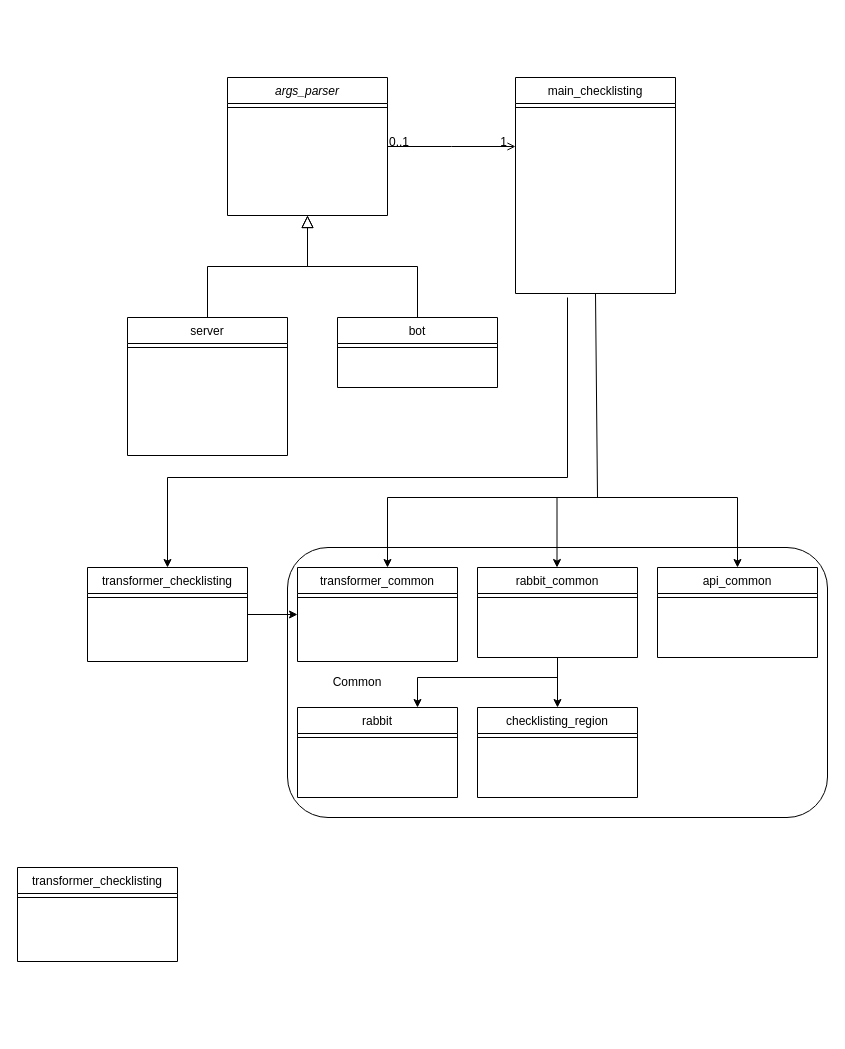
This is checklisting.drawio from KonSprin/Courses, a draw.io file, before an edit. Source tidied: cells renumbered, new cells numbered last; positions are measured from the earlier drawing's top-left corner, leaving out a move shared by most shapes. Both pictures are drawn from the tidied source at 100%, with x=0, y=0 at pixel (17, 77).
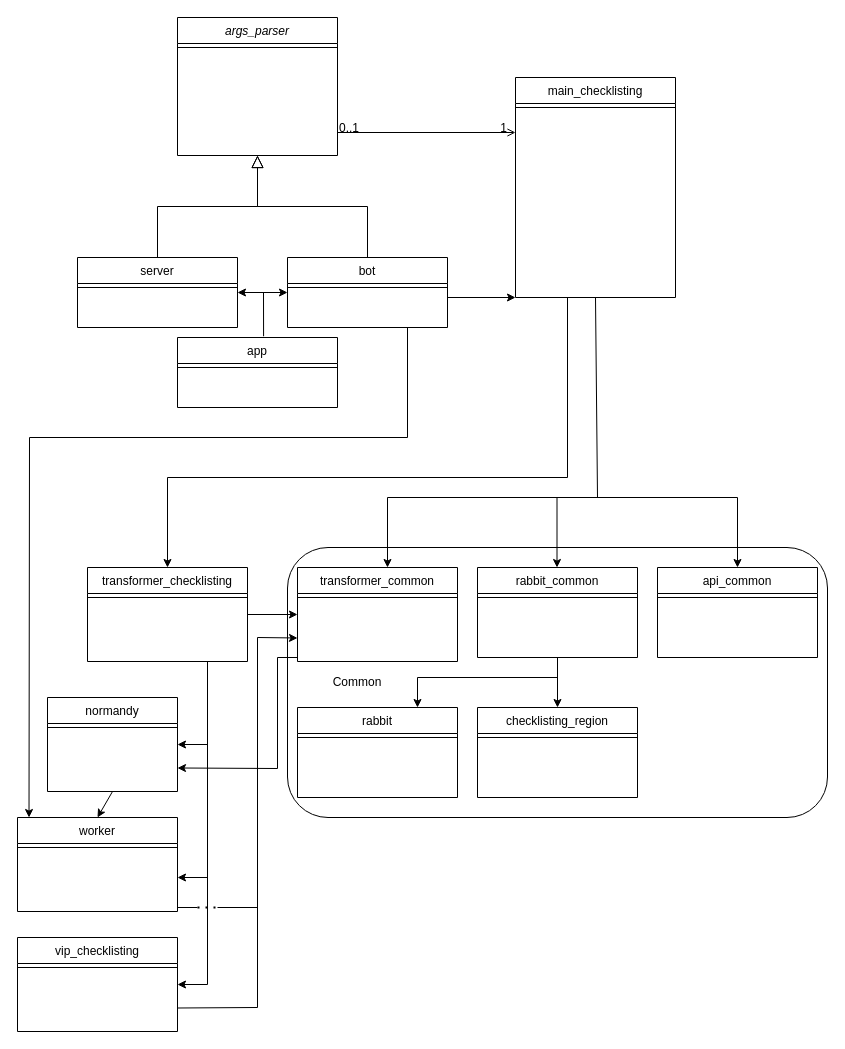
After the change.

Unchanged cells that the change refers to:
```xml
<mxCell id="20" value="transformer_common" style="swimlane;fontStyle=0;align=center;verticalAlign=top;horizontal=1;startSize=26;rounded=0;shadow=0;strokeWidth=1;" parent="1" vertex="1">
  <mxGeometry x="280" y="490" width="160" height="94" as="geometry" />
</mxCell>
<mxCell id="29" value="transformer_checklisting" style="swimlane;fontStyle=0;align=center;verticalAlign=top;horizontal=1;startSize=26;rounded=0;shadow=0;strokeWidth=1;" parent="1" vertex="1">
  <mxGeometry x="70" y="490" width="160" height="94" as="geometry" />
</mxCell>
```

Diff of the diagram source:
```diff
@@
     <mxCell id="3" value="args_parser" style="swimlane;fontStyle=2;align=center;verticalAlign=top;horizontal=1;startSize=26;rounded=0;shadow=0;strokeWidth=1;" parent="1" vertex="1">
-      <mxGeometry x="210" width="160" height="138" as="geometry" />
+      <mxGeometry x="160" y="-60" width="160" height="138" as="geometry" />
     </mxCell>
@@
     <mxCell id="5" value="server" style="swimlane;fontStyle=0;align=center;verticalAlign=top;horizontal=1;startSize=26;rounded=0;shadow=0;strokeWidth=1;" parent="1" vertex="1">
-      <mxGeometry x="110" y="240" width="160" height="138" as="geometry" />
+      <mxGeometry x="60" y="180" width="160" height="70" as="geometry" />
     </mxCell>
@@
     <mxCell id="8" value="bot" style="swimlane;fontStyle=0;align=center;verticalAlign=top;horizontal=1;startSize=26;rounded=0;shadow=0;strokeWidth=1;" parent="1" vertex="1">
-      <mxGeometry x="320" y="240" width="160" height="70" as="geometry" />
+      <mxGeometry x="270" y="180" width="160" height="70" as="geometry" />
     </mxCell>
@@
     <mxCell id="11" value="main_checklisting" style="swimlane;fontStyle=0;align=center;verticalAlign=top;horizontal=1;startSize=26;rounded=0;shadow=0;strokeWidth=1;" parent="1" vertex="1">
-      <mxGeometry x="498" width="160" height="216" as="geometry" />
+      <mxGeometry x="498" width="160" height="220" as="geometry" />
     </mxCell>
@@
-    <mxCell id="13" style="endArrow=open;shadow=0;strokeWidth=1;rounded=0;endFill=1;edgeStyle=elbowEdgeStyle;elbow=vertical;" parent="1" edge="1" source="3" target="11">
+    <mxCell id="13" style="endArrow=open;shadow=0;strokeWidth=1;rounded=0;endFill=1;edgeStyle=elbowEdgeStyle;elbow=vertical;entryX=0;entryY=0.25;entryDx=0;entryDy=0;" parent="1" edge="1" source="3" target="11">
       <mxGeometry x="0.5" y="41" relative="1" as="geometry">
         <mxPoint x="-40" y="32" as="offset" />
       </mxGeometry>
     </mxCell>
@@
-    <mxCell id="39" value="transformer_checklisting" style="swimlane;fontStyle=0;align=center;verticalAlign=top;horizontal=1;startSize=26;rounded=0;shadow=0;strokeWidth=1;" parent="1" vertex="1">
-      <mxGeometry y="790" width="160" height="94" as="geometry" />
+    <mxCell id="39" value="worker" style="swimlane;fontStyle=0;align=center;verticalAlign=top;horizontal=1;startSize=26;rounded=0;shadow=0;strokeWidth=1;" parent="1" vertex="1">
+      <mxGeometry y="740" width="160" height="94" as="geometry" />
     </mxCell>
@@
+    <mxCell id="41" value="normandy" style="swimlane;fontStyle=0;align=center;verticalAlign=top;horizontal=1;startSize=26;rounded=0;shadow=0;strokeWidth=1;" parent="1" vertex="1">
+      <mxGeometry x="30" y="620" width="130" height="94" as="geometry" />
+    </mxCell>
+    <mxCell id="42" style="line;html=1;strokeWidth=1;align=left;verticalAlign=middle;spacingTop=-1;spacingLeft=3;spacingRight=3;labelPosition=right;" parent="41" vertex="1">
+      <mxGeometry y="26" width="130" height="8" as="geometry" />
+    </mxCell>
+    <mxCell id="43" value="vip_checklisting" style="swimlane;fontStyle=0;align=center;verticalAlign=top;horizontal=1;startSize=26;rounded=0;shadow=0;strokeWidth=1;" parent="1" vertex="1">
+      <mxGeometry y="860" width="160" height="94" as="geometry" />
+    </mxCell>
+    <mxCell id="44" style="line;html=1;strokeWidth=1;align=left;verticalAlign=middle;spacingTop=-1;spacingLeft=3;spacingRight=3;labelPosition=right;" parent="43" vertex="1">
+      <mxGeometry y="26" width="160" height="8" as="geometry" />
+    </mxCell>
+    <mxCell id="45" style="endArrow=classic;html=1;rounded=0;exitX=0.75;exitY=1;exitDx=0;exitDy=0;entryX=1;entryY=0.5;entryDx=0;entryDy=0;" parent="1" edge="1" source="29" target="43">
+      <mxGeometry relative="1" as="geometry">
+        <Array as="points">
+          <mxPoint x="190" y="907" />
+        </Array>
+      </mxGeometry>
+    </mxCell>
+    <mxCell id="46" style="endArrow=classic;html=1;rounded=0;" parent="1" edge="1">
+      <mxGeometry relative="1" as="geometry">
+        <mxPoint x="190" y="800" as="sourcePoint" />
+        <mxPoint x="160" y="800" as="targetPoint" />
+      </mxGeometry>
+    </mxCell>
+    <mxCell id="47" style="endArrow=classic;html=1;rounded=0;entryX=1;entryY=0.5;entryDx=0;entryDy=0;" parent="1" edge="1" target="41">
+      <mxGeometry relative="1" as="geometry">
+        <mxPoint x="190" y="667" as="sourcePoint" />
+      </mxGeometry>
+    </mxCell>
+    <mxCell id="48" style="endArrow=classic;html=1;rounded=0;entryX=0;entryY=0.75;entryDx=0;entryDy=0;" parent="1" edge="1" target="20">
+      <mxGeometry relative="1" as="geometry">
+        <mxPoint x="240" y="930" as="sourcePoint" />
+        <Array as="points">
+          <mxPoint x="240" y="560" />
+        </Array>
+      </mxGeometry>
+    </mxCell>
+    <mxCell id="49" style="endArrow=none;html=1;rounded=0;exitX=1;exitY=0.75;exitDx=0;exitDy=0;" parent="1" edge="1" source="43">
+      <mxGeometry relative="1" as="geometry">
+        <mxPoint x="240" y="930" as="targetPoint" />
+      </mxGeometry>
+    </mxCell>
+    <mxCell id="50" style="endArrow=none;html=1;rounded=0;" parent="1" edge="1">
+      <mxGeometry relative="1" as="geometry">
+        <mxPoint x="160" y="830" as="sourcePoint" />
+        <mxPoint x="180" y="830" as="targetPoint" />
+      </mxGeometry>
+    </mxCell>
+    <mxCell id="51" style="endArrow=none;html=1;rounded=0;" parent="1" edge="1">
+      <mxGeometry relative="1" as="geometry">
+        <mxPoint x="200" y="830" as="sourcePoint" />
+        <mxPoint x="240" y="830" as="targetPoint" />
+      </mxGeometry>
+    </mxCell>
+    <mxCell id="52" style="endArrow=classic;html=1;rounded=0;exitX=0.5;exitY=1;exitDx=0;exitDy=0;entryX=0.5;entryY=0;entryDx=0;entryDy=0;" parent="1" edge="1" source="41" target="39">
+      <mxGeometry relative="1" as="geometry" />
+    </mxCell>
+    <mxCell id="53" style="endArrow=none;dashed=1;html=1;dashPattern=1 3;strokeWidth=2;rounded=0;" parent="1" edge="1">
+      <mxGeometry relative="1" as="geometry">
+        <mxPoint x="180" y="830" as="sourcePoint" />
+        <mxPoint x="200" y="830" as="targetPoint" />
+      </mxGeometry>
+    </mxCell>
+    <mxCell id="54" style="endArrow=classic;html=1;rounded=0;entryX=1;entryY=0.75;entryDx=0;entryDy=0;" parent="1" edge="1" target="41">
+      <mxGeometry relative="1" as="geometry">
+        <mxPoint x="260" y="580" as="sourcePoint" />
+        <Array as="points">
+          <mxPoint x="260" y="691" />
+        </Array>
+      </mxGeometry>
+    </mxCell>
+    <mxCell id="55" style="endArrow=none;html=1;rounded=0;" parent="1" edge="1">
+      <mxGeometry relative="1" as="geometry">
+        <mxPoint x="260" y="580" as="sourcePoint" />
+        <mxPoint x="280" y="580" as="targetPoint" />
+      </mxGeometry>
+    </mxCell>
+    <mxCell id="56" value="app" style="swimlane;fontStyle=0;align=center;verticalAlign=top;horizontal=1;startSize=26;rounded=0;shadow=0;strokeWidth=1;" parent="1" vertex="1">
+      <mxGeometry x="160" y="260" width="160" height="70" as="geometry" />
+    </mxCell>
+    <mxCell id="57" style="line;html=1;strokeWidth=1;align=left;verticalAlign=middle;spacingTop=-1;spacingLeft=3;spacingRight=3;labelPosition=right;" parent="56" vertex="1">
+      <mxGeometry y="26" width="160" height="8" as="geometry" />
+    </mxCell>
+    <mxCell id="58" style="endArrow=classic;html=1;rounded=0;exitX=0.538;exitY=-0.018;exitDx=0;exitDy=0;entryX=0;entryY=0.5;entryDx=0;entryDy=0;exitPerimeter=0;" parent="1" edge="1" source="56" target="8">
+      <mxGeometry relative="1" as="geometry">
+        <Array as="points">
+          <mxPoint x="246" y="215" />
+        </Array>
+      </mxGeometry>
+    </mxCell>
+    <mxCell id="59" style="endArrow=classic;html=1;rounded=0;entryX=1;entryY=0.5;entryDx=0;entryDy=0;" parent="1" edge="1" target="5">
+      <mxGeometry relative="1" as="geometry">
+        <mxPoint x="250" y="215" as="sourcePoint" />
+      </mxGeometry>
+    </mxCell>
+    <mxCell id="60" style="endArrow=classic;html=1;rounded=0;entryX=0;entryY=1;entryDx=0;entryDy=0;" parent="1" edge="1" target="11">
+      <mxGeometry relative="1" as="geometry">
+        <mxPoint x="430" y="220" as="sourcePoint" />
+      </mxGeometry>
+    </mxCell>
+    <mxCell id="61" style="endArrow=classic;html=1;rounded=0;exitX=0.75;exitY=1;exitDx=0;exitDy=0;entryX=0.072;entryY=0;entryDx=0;entryDy=0;entryPerimeter=0;" parent="1" edge="1" source="8" target="39">
+      <mxGeometry relative="1" as="geometry">
+        <Array as="points">
+          <mxPoint x="390" y="360" />
+          <mxPoint x="12" y="360" />
+        </Array>
+      </mxGeometry>
+    </mxCell>
```
